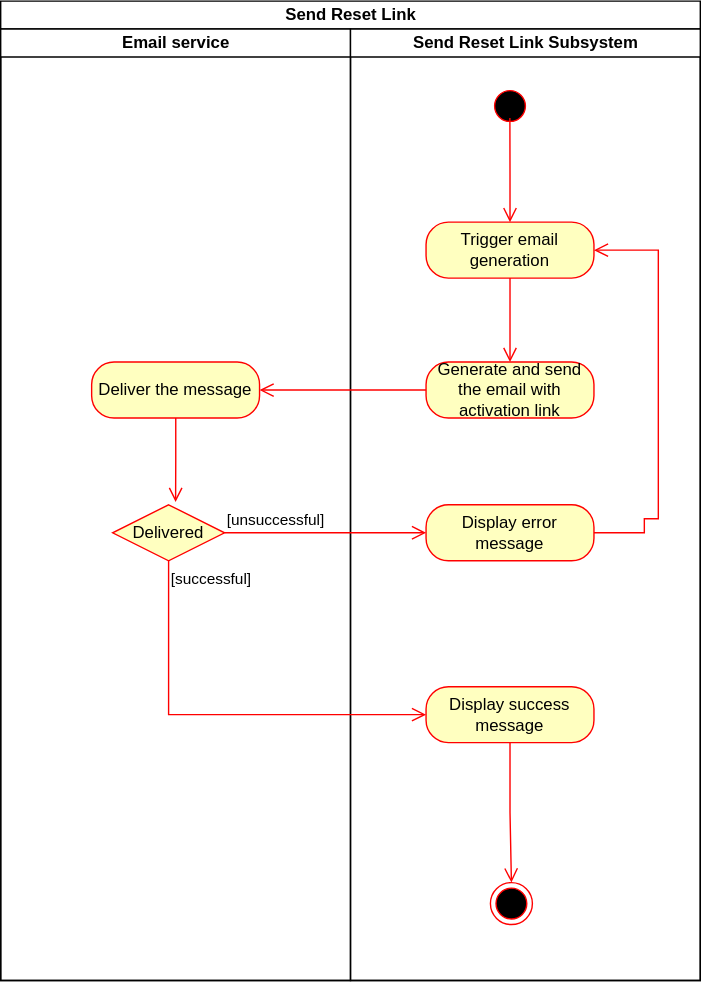
This is Send Reset Link Activity Diagram.svg from Simamkele88/IFM3_GP, a draw.io export, as it was before one commit. Source tidied: cells renumbered, new cells last; positions are measured from the earlier drawing's top-left corner, leaving out a move shared by most shapes.
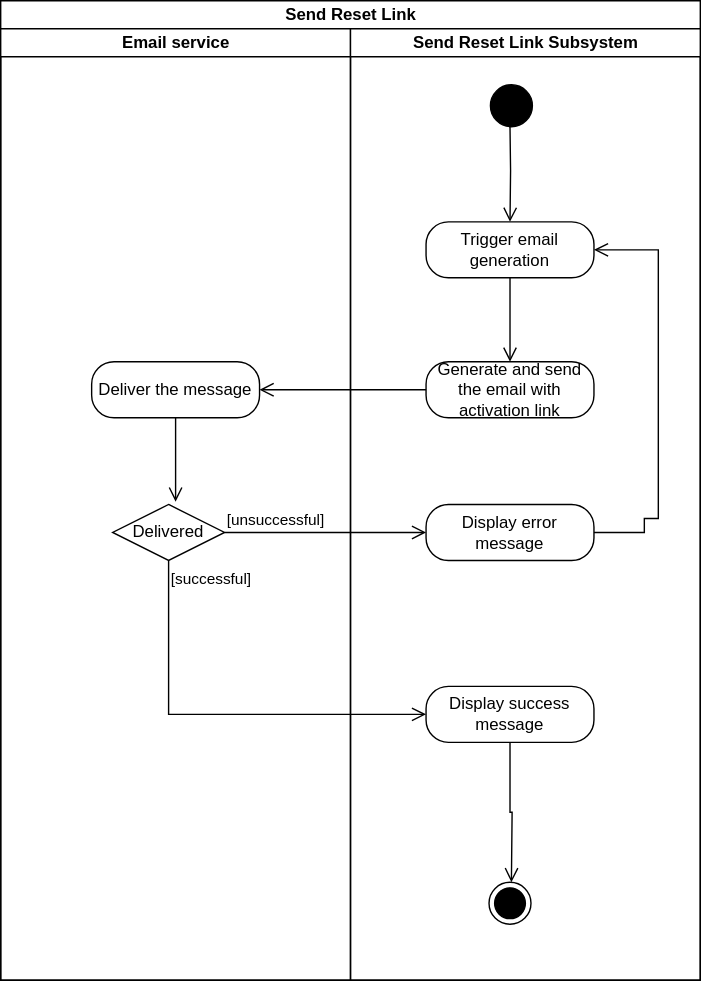
The same file after the commit.

Change to the diagram source:
```diff
@@ -5,42 +5,41 @@
     <mxCell id="2" value="&lt;font face=&quot;Helvetica&quot;&gt;Send Reset Link&lt;/font&gt;" style="swimlane;html=1;startSize=20;rounded=0;shadow=0;comic=0;labelBackgroundColor=none;strokeWidth=1;fontFamily=Verdana;fontSize=12;align=center;" parent="1" vertex="1">
       <mxGeometry width="500" height="700" as="geometry" />
     </mxCell>
-    <mxCell id="3" value="Email service" style="swimlane;html=1;startSize=20;" parent="2" vertex="1">
+    <mxCell id="3" value="Email service" style="swimlane;html=1;startSize=20;labelBackgroundColor=none;" parent="2" vertex="1">
       <mxGeometry y="20" width="250" height="680" as="geometry" />
     </mxCell>
-    <mxCell id="4" value="Deliver the message" style="rounded=1;whiteSpace=wrap;html=1;arcSize=40;fontColor=#000000;fillColor=#ffffc0;strokeColor=#ff0000;" parent="3" vertex="1">
+    <mxCell id="4" value="Deliver the message" style="rounded=1;whiteSpace=wrap;html=1;arcSize=40;labelBackgroundColor=none;" parent="3" vertex="1">
       <mxGeometry x="65" y="238" width="120" height="40" as="geometry" />
     </mxCell>
-    <mxCell id="5" style="edgeStyle=orthogonalEdgeStyle;html=1;verticalAlign=bottom;endArrow=open;endSize=8;strokeColor=#ff0000;rounded=0;" parent="3" edge="1" source="4">
+    <mxCell id="5" style="edgeStyle=orthogonalEdgeStyle;html=1;verticalAlign=bottom;endArrow=open;endSize=8;rounded=0;labelBackgroundColor=none;fontColor=default;" parent="3" edge="1" source="4">
       <mxGeometry relative="1" as="geometry">
         <mxPoint x="125" y="338" as="targetPoint" />
       </mxGeometry>
     </mxCell>
-    <mxCell id="6" value="Delivered" style="rhombus;whiteSpace=wrap;html=1;fontColor=#000000;fillColor=#ffffc0;strokeColor=#ff0000;" parent="3" vertex="1">
+    <mxCell id="6" value="Delivered" style="rhombus;whiteSpace=wrap;html=1;labelBackgroundColor=none;" parent="3" vertex="1">
       <mxGeometry x="80" y="340" width="80" height="40" as="geometry" />
     </mxCell>
-    <mxCell id="7" value="Send Reset Link Subsystem" style="swimlane;html=1;startSize=20;" parent="2" vertex="1">
+    <mxCell id="7" value="Send Reset Link Subsystem" style="swimlane;html=1;startSize=20;labelBackgroundColor=none;" parent="2" vertex="1">
       <mxGeometry x="250" y="20" width="250" height="680" as="geometry" />
     </mxCell>
-    <mxCell id="8" style="ellipse;html=1;shape=startState;fillColor=#000000;strokeColor=#ff0000;" parent="7" vertex="1">
-      <mxGeometry x="99" y="40" width="30" height="30" as="geometry" />
-    </mxCell>
-    <mxCell id="9" style="edgeStyle=orthogonalEdgeStyle;html=1;verticalAlign=bottom;endArrow=open;endSize=8;strokeColor=#ff0000;rounded=0;entryX=0.5;entryY=0;entryDx=0;entryDy=0;exitX=0.497;exitY=0.787;exitDx=0;exitDy=0;exitPerimeter=0;" parent="7" edge="1" source="8" target="10">
-      <mxGeometry relative="1" as="geometry" />
+    <mxCell id="9" style="edgeStyle=orthogonalEdgeStyle;html=1;verticalAlign=bottom;endArrow=open;endSize=8;rounded=0;entryX=0.5;entryY=0;entryDx=0;entryDy=0;exitX=0.497;exitY=0.787;exitDx=0;exitDy=0;exitPerimeter=0;labelBackgroundColor=none;fontColor=default;" parent="7" edge="1" target="10">
+      <mxGeometry relative="1" as="geometry">
+        <mxPoint x="113.9" y="63.6" as="sourcePoint" />
+      </mxGeometry>
     </mxCell>
-    <mxCell id="10" value="Trigger email generation" style="rounded=1;whiteSpace=wrap;html=1;arcSize=40;fontColor=#000000;fillColor=#ffffc0;strokeColor=#ff0000;" parent="7" vertex="1">
+    <mxCell id="10" value="Trigger email generation" style="rounded=1;whiteSpace=wrap;html=1;arcSize=40;labelBackgroundColor=none;" parent="7" vertex="1">
       <mxGeometry x="54" y="138" width="120" height="40" as="geometry" />
     </mxCell>
-    <mxCell id="11" style="edgeStyle=orthogonalEdgeStyle;html=1;verticalAlign=bottom;endArrow=open;endSize=8;strokeColor=#ff0000;rounded=0;" parent="7" edge="1" source="10" target="12">
+    <mxCell id="11" style="edgeStyle=orthogonalEdgeStyle;html=1;verticalAlign=bottom;endArrow=open;endSize=8;rounded=0;labelBackgroundColor=none;fontColor=default;" parent="7" edge="1" source="10" target="12">
       <mxGeometry relative="1" as="geometry" />
     </mxCell>
-    <mxCell id="12" value="Generate and send the email with activation link" style="rounded=1;whiteSpace=wrap;html=1;arcSize=40;fontColor=#000000;fillColor=#ffffc0;strokeColor=#ff0000;" parent="7" vertex="1">
+    <mxCell id="12" value="Generate and send the email with activation link" style="rounded=1;whiteSpace=wrap;html=1;arcSize=40;labelBackgroundColor=none;" parent="7" vertex="1">
       <mxGeometry x="54" y="238" width="120" height="40" as="geometry" />
     </mxCell>
-    <mxCell id="13" value="Display error message" style="rounded=1;whiteSpace=wrap;html=1;arcSize=40;fontColor=#000000;fillColor=#ffffc0;strokeColor=#ff0000;" parent="7" vertex="1">
+    <mxCell id="13" value="Display error message" style="rounded=1;whiteSpace=wrap;html=1;arcSize=40;labelBackgroundColor=none;" parent="7" vertex="1">
       <mxGeometry x="54" y="340" width="120" height="40" as="geometry" />
     </mxCell>
-    <mxCell id="14" style="edgeStyle=orthogonalEdgeStyle;html=1;verticalAlign=bottom;endArrow=open;endSize=8;strokeColor=#ff0000;rounded=0;entryX=1;entryY=0.5;entryDx=0;entryDy=0;" parent="7" edge="1" source="13" target="10">
+    <mxCell id="14" style="edgeStyle=orthogonalEdgeStyle;html=1;verticalAlign=bottom;endArrow=open;endSize=8;rounded=0;entryX=1;entryY=0.5;entryDx=0;entryDy=0;labelBackgroundColor=none;fontColor=default;" parent="7" edge="1" source="13" target="10">
       <mxGeometry relative="1" as="geometry">
         <Array as="points">
           <mxPoint x="210" y="360" />
@@ -50,26 +49,31 @@
         </Array>
       </mxGeometry>
     </mxCell>
-    <mxCell id="15" value="Display success message" style="rounded=1;whiteSpace=wrap;html=1;arcSize=40;fontColor=#000000;fillColor=#ffffc0;strokeColor=#ff0000;" parent="7" vertex="1">
+    <mxCell id="15" value="Display success message" style="rounded=1;whiteSpace=wrap;html=1;arcSize=40;labelBackgroundColor=none;" parent="7" vertex="1">
       <mxGeometry x="54" y="470" width="120" height="40" as="geometry" />
     </mxCell>
-    <mxCell id="16" style="edgeStyle=orthogonalEdgeStyle;html=1;verticalAlign=bottom;endArrow=open;endSize=8;strokeColor=#ff0000;rounded=0;entryX=0.5;entryY=0;entryDx=0;entryDy=0;" parent="7" edge="1" source="15" target="17">
-      <mxGeometry relative="1" as="geometry" />
+    <mxCell id="16" style="edgeStyle=orthogonalEdgeStyle;html=1;verticalAlign=bottom;endArrow=open;endSize=8;rounded=0;entryX=0.5;entryY=0;entryDx=0;entryDy=0;labelBackgroundColor=none;fontColor=default;" parent="7" edge="1" source="15">
+      <mxGeometry relative="1" as="geometry">
+        <mxPoint x="115" y="610" as="targetPoint" />
+      </mxGeometry>
     </mxCell>
-    <mxCell id="17" style="ellipse;html=1;shape=endState;fillColor=#000000;strokeColor=#ff0000;" parent="7" vertex="1">
-      <mxGeometry x="100" y="610" width="30" height="30" as="geometry" />
-    </mxCell>
+    <mxCell id="21" style="ellipse;fillColor=strokeColor;html=1;" parent="7" vertex="1">
+      <mxGeometry x="100" y="40" width="30" height="30" as="geometry" />
+    </mxCell>
+    <mxCell id="22" style="ellipse;html=1;shape=endState;fillColor=strokeColor;" parent="7" vertex="1">
+      <mxGeometry x="99" y="610" width="30" height="30" as="geometry" />
+    </mxCell>
-    <mxCell id="18" value="[successful]" style="edgeStyle=orthogonalEdgeStyle;html=1;align=left;verticalAlign=top;endArrow=open;endSize=8;strokeColor=#ff0000;rounded=0;entryX=0;entryY=0.5;entryDx=0;entryDy=0;" parent="2" edge="1" source="6" target="15">
+    <mxCell id="18" value="[successful]" style="edgeStyle=orthogonalEdgeStyle;html=1;align=left;verticalAlign=top;endArrow=open;endSize=8;rounded=0;entryX=0;entryY=0.5;entryDx=0;entryDy=0;labelBackgroundColor=none;fontColor=default;" parent="2" edge="1" source="6" target="15">
       <mxGeometry x="-1" relative="1" as="geometry">
         <Array as="points">
           <mxPoint x="120" y="510" />
         </Array>
       </mxGeometry>
     </mxCell>
-    <mxCell id="19" value="[unsuccessful]" style="edgeStyle=orthogonalEdgeStyle;html=1;align=left;verticalAlign=bottom;endArrow=open;endSize=8;strokeColor=#ff0000;rounded=0;entryX=0;entryY=0.5;entryDx=0;entryDy=0;" parent="2" edge="1" source="6" target="13">
+    <mxCell id="19" value="[unsuccessful]" style="edgeStyle=orthogonalEdgeStyle;html=1;align=left;verticalAlign=bottom;endArrow=open;endSize=8;rounded=0;entryX=0;entryY=0.5;entryDx=0;entryDy=0;labelBackgroundColor=none;fontColor=default;" parent="2" edge="1" source="6" target="13">
       <mxGeometry x="-1" relative="1" as="geometry" />
     </mxCell>
-    <mxCell id="20" style="edgeStyle=orthogonalEdgeStyle;html=1;verticalAlign=bottom;endArrow=open;endSize=8;strokeColor=#ff0000;rounded=0;exitX=0;exitY=0.5;exitDx=0;exitDy=0;entryX=1;entryY=0.5;entryDx=0;entryDy=0;" parent="2" edge="1" source="12" target="4">
+    <mxCell id="20" style="edgeStyle=orthogonalEdgeStyle;html=1;verticalAlign=bottom;endArrow=open;endSize=8;rounded=0;exitX=0;exitY=0.5;exitDx=0;exitDy=0;entryX=1;entryY=0.5;entryDx=0;entryDy=0;labelBackgroundColor=none;fontColor=default;" parent="2" edge="1" source="12" target="4">
       <mxGeometry relative="1" as="geometry" />
     </mxCell>
   </root>
```
